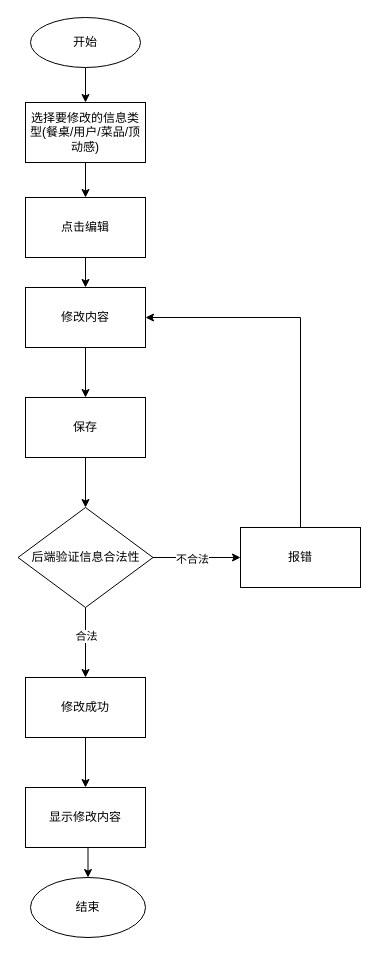
Before: page "修改信息流程图" (4 of 18) of main.drawio in bzerozero7/test, a draw.io diagram. Source tidied: cells renumbered, new cells numbered last; positions are measured from the earlier drawing's top-left corner, leaving out a move shared by most shapes. Both pictures are drawn from the tidied source at 100%, with x=0, y=0 at pixel (18, 17).
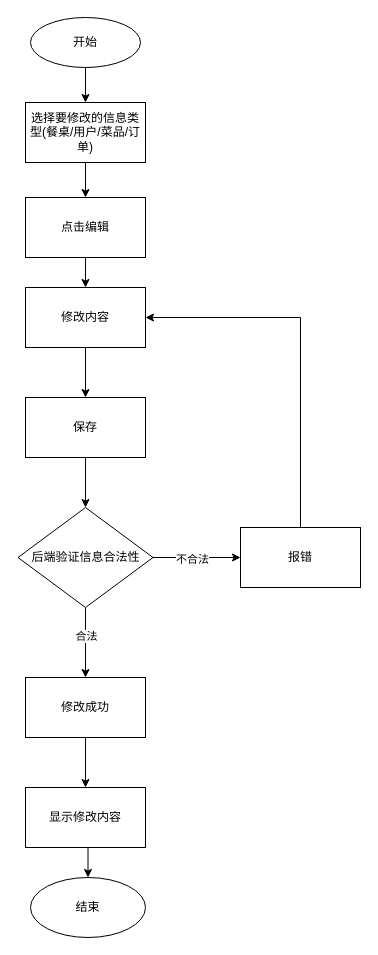
Above is the later version.

The edit, as a diff of the source:
```diff
@@
-    <mxCell id="5" value="选择要修改的信息类型(餐桌/用户/菜品/顶动感)" style="whiteSpace=wrap;html=1;" parent="1" vertex="1">
+    <mxCell id="5" value="选择要修改的信息类型(餐桌/用户/菜品/订单)" style="whiteSpace=wrap;html=1;" parent="1" vertex="1">
       <mxGeometry x="7" y="85" width="120" height="60" as="geometry" />
     </mxCell>
```
